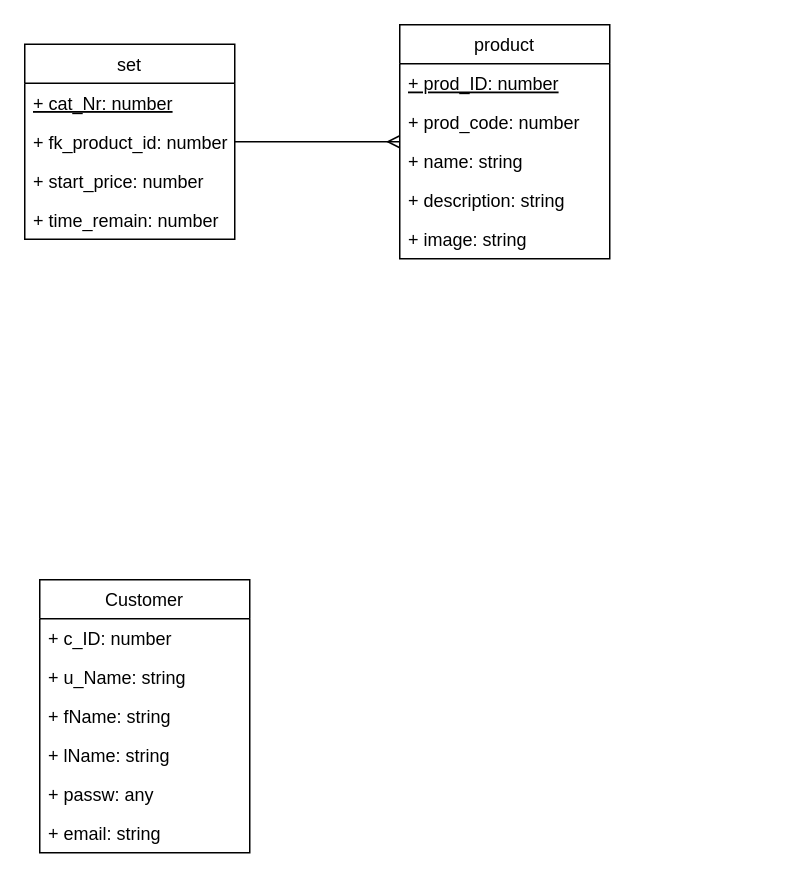
The draw.io diagram peter/BEDay1a.drawio in mastapetz/BE16-DBDev-DAY1-Peter-Philipp, before the edit. Source tidied: cells renumbered, new cells numbered last; positions are measured from the earlier drawing's top-left corner, leaving out a move shared by most shapes. Both pictures are drawn from the tidied source at 150%, with x=0, y=0 at pixel (24, 24).
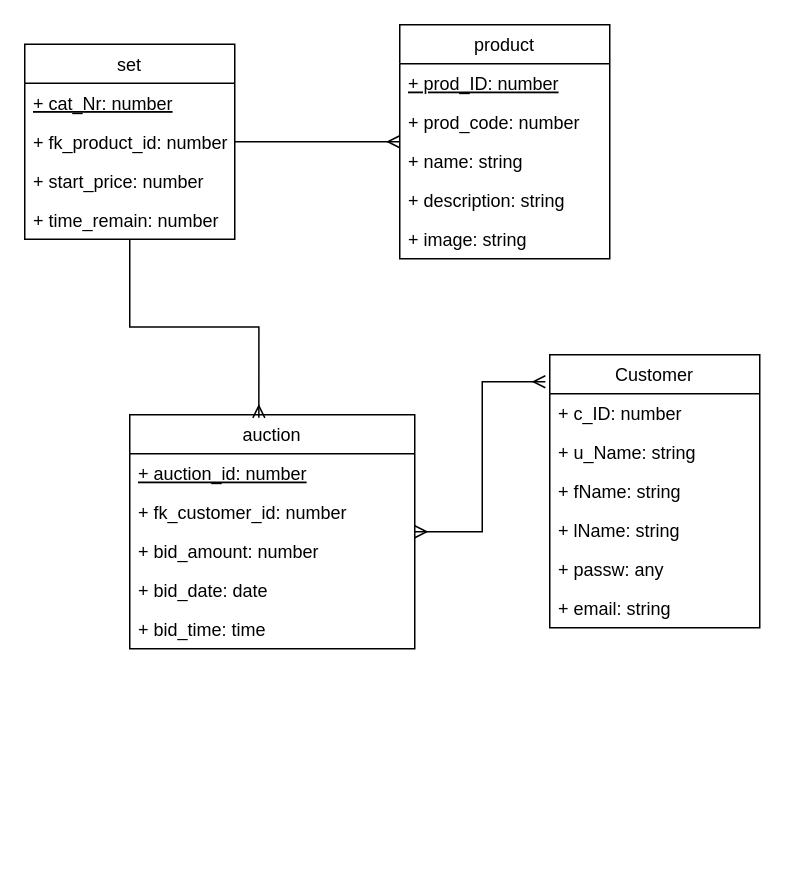
After the change.

The change refers to these unchanged cells:
```xml
<mxCell id="3" value="set" style="swimlane;fontStyle=0;horizontal=1;startSize=26;fillColor=none;" parent="1" vertex="1">
  <mxGeometry y="13" width="140" height="130" as="geometry" />
</mxCell>
```

What changed in the source:
```diff
@@
+    <mxCell id="21" style="edgeStyle=orthogonalEdgeStyle;rounded=0;jettySize=auto;html=1;endArrow=ERmany;endFill=0;entryX=0.453;entryY=0.013;entryDx=0;entryDy=0;entryPerimeter=0;" parent="1" edge="1" source="3" target="23">
+      <mxGeometry relative="1" as="geometry" />
+    </mxCell>
@@
     <mxCell id="14" value="Customer" style="swimlane;fontStyle=0;horizontal=1;startSize=26;fillColor=none;" parent="1" vertex="1">
-      <mxGeometry x="10" y="370" width="140" height="182" as="geometry" />
+      <mxGeometry x="350" y="220" width="140" height="182" as="geometry" />
     </mxCell>
@@
+    <mxCell id="22" style="edgeStyle=orthogonalEdgeStyle;rounded=0;jettySize=auto;html=1;endArrow=ERmany;endFill=0;entryX=-0.021;entryY=0.099;entryDx=0;entryDy=0;entryPerimeter=0;startArrow=ERmany;startFill=0;" parent="1" edge="1" source="23" target="14">
+      <mxGeometry relative="1" as="geometry" />
+    </mxCell>
+    <mxCell id="23" value="auction" style="swimlane;fontStyle=0;horizontal=1;startSize=26;fillColor=none;" parent="1" vertex="1">
+      <mxGeometry x="70" y="260" width="190" height="156" as="geometry" />
+    </mxCell>
+    <mxCell id="24" value="+ auction_id: number" style="text;strokeColor=none;fillColor=none;align=left;verticalAlign=top;spacingLeft=4;spacingRight=4;overflow=hidden;fontStyle=4;" parent="23" vertex="1">
+      <mxGeometry y="26" width="190" height="26" as="geometry" />
+    </mxCell>
+    <mxCell id="25" value="+ fk_customer_id: number" style="text;strokeColor=none;fillColor=none;align=left;verticalAlign=top;spacingLeft=4;spacingRight=4;overflow=hidden;" parent="23" vertex="1">
+      <mxGeometry y="52" width="190" height="26" as="geometry" />
+    </mxCell>
+    <mxCell id="26" value="+ bid_amount: number" style="text;strokeColor=none;fillColor=none;align=left;verticalAlign=top;spacingLeft=4;spacingRight=4;overflow=hidden;" parent="23" vertex="1">
+      <mxGeometry y="78" width="190" height="26" as="geometry" />
+    </mxCell>
+    <mxCell id="27" value="+ bid_date: date" style="text;strokeColor=none;fillColor=none;align=left;verticalAlign=top;spacingLeft=4;spacingRight=4;overflow=hidden;" parent="23" vertex="1">
+      <mxGeometry y="104" width="190" height="26" as="geometry" />
+    </mxCell>
+    <mxCell id="28" value="+ bid_time: time" style="text;strokeColor=none;fillColor=none;align=left;verticalAlign=top;spacingLeft=4;spacingRight=4;overflow=hidden;" parent="23" vertex="1">
+      <mxGeometry y="130" width="190" height="26" as="geometry" />
+    </mxCell>
```
